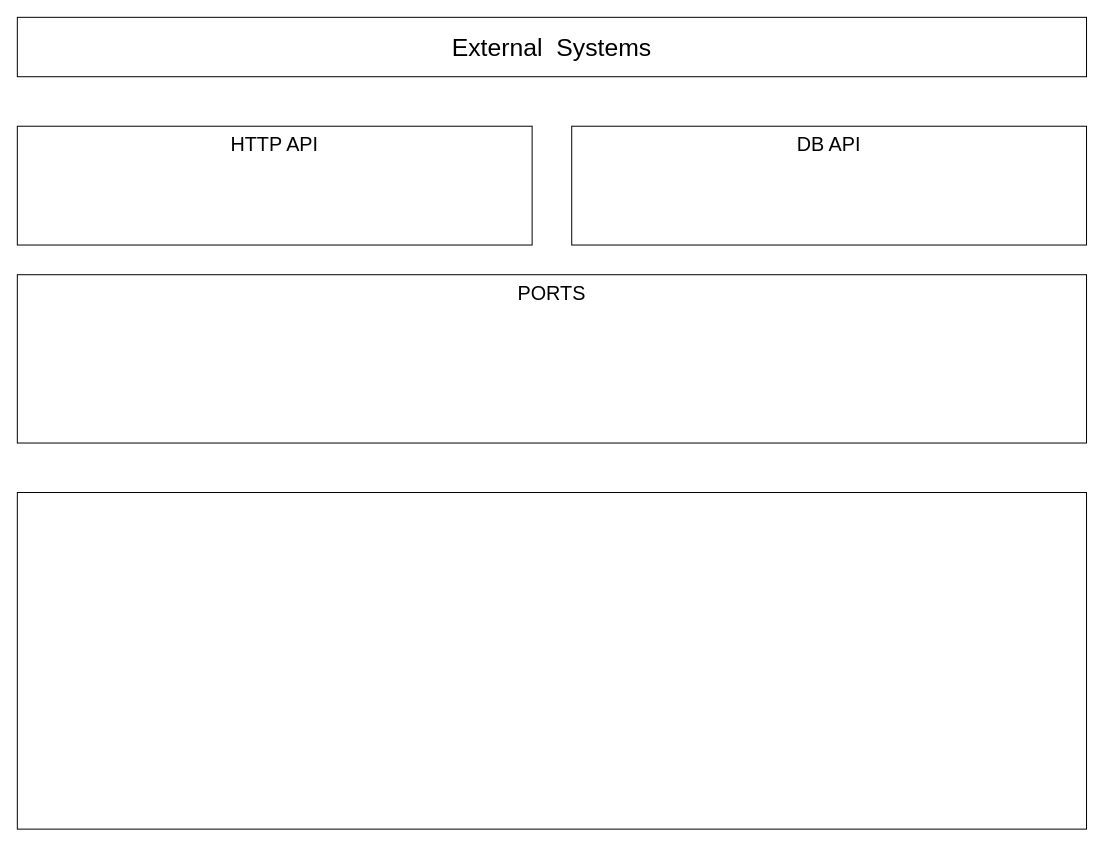
Earlier version of the draw.io diagram Architecture-workout-evo.drawio (OleksiyKharkiv/workout-evo). Source tidied: cells renumbered, new cells numbered last; positions are measured from the earlier drawing's top-left corner, leaving out a move shared by most shapes. Both pictures are drawn from the tidied source at 99%, with x=0, y=0 at pixel (17, 17).
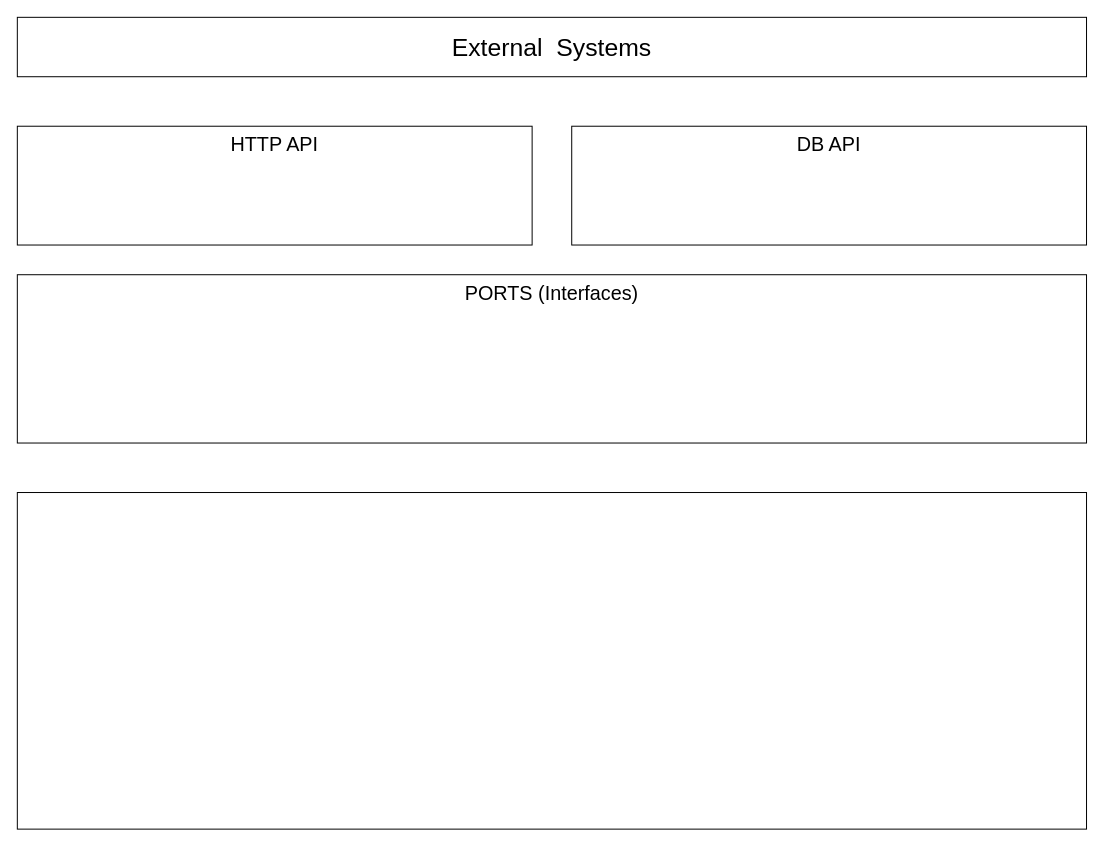
After the change.

Change to the diagram source:
```diff
@@
 <mxGraphModel>
   <root>
     <mxCell id="0" />
     <mxCell id="1" parent="0" />
     <mxCell id="2" style="rounded=0;whiteSpace=wrap;html=1;" parent="1" vertex="1">
       <mxGeometry y="480" width="1080" height="340" as="geometry" />
     </mxCell>
-    <mxCell id="3" value="&lt;font style=&quot;font-size: 20px;&quot;&gt;PORTS&lt;/font&gt;" style="rounded=0;whiteSpace=wrap;html=1;verticalAlign=top;" parent="1" vertex="1">
+    <mxCell id="3" value="&lt;font style=&quot;font-size: 20px;&quot;&gt;PORTS (Interfaces)&lt;/font&gt;" style="rounded=0;whiteSpace=wrap;html=1;verticalAlign=top;" parent="1" vertex="1">
       <mxGeometry y="260" width="1080" height="170" as="geometry" />
     </mxCell>
     <mxCell id="4" value="&lt;font style=&quot;font-size: 20px;&quot;&gt;HTTP API&lt;/font&gt;" style="rounded=0;whiteSpace=wrap;html=1;verticalAlign=top;" parent="1" vertex="1">
       <mxGeometry y="110" width="520" height="120" as="geometry" />
     </mxCell>
     <mxCell id="5" value="&lt;font style=&quot;font-size: 25px;&quot;&gt;External&amp;nbsp; Systems&lt;/font&gt;" style="rounded=0;whiteSpace=wrap;html=1;" parent="1" vertex="1">
       <mxGeometry width="1080" height="60" as="geometry" />
     </mxCell>
     <mxCell id="6" value="&lt;font style=&quot;font-size: 20px;&quot;&gt;DB API&lt;/font&gt;" style="rounded=0;whiteSpace=wrap;html=1;verticalAlign=top;" parent="1" vertex="1">
       <mxGeometry x="560" y="110" width="520" height="120" as="geometry" />
     </mxCell>
   </root>
 </mxGraphModel>
```
